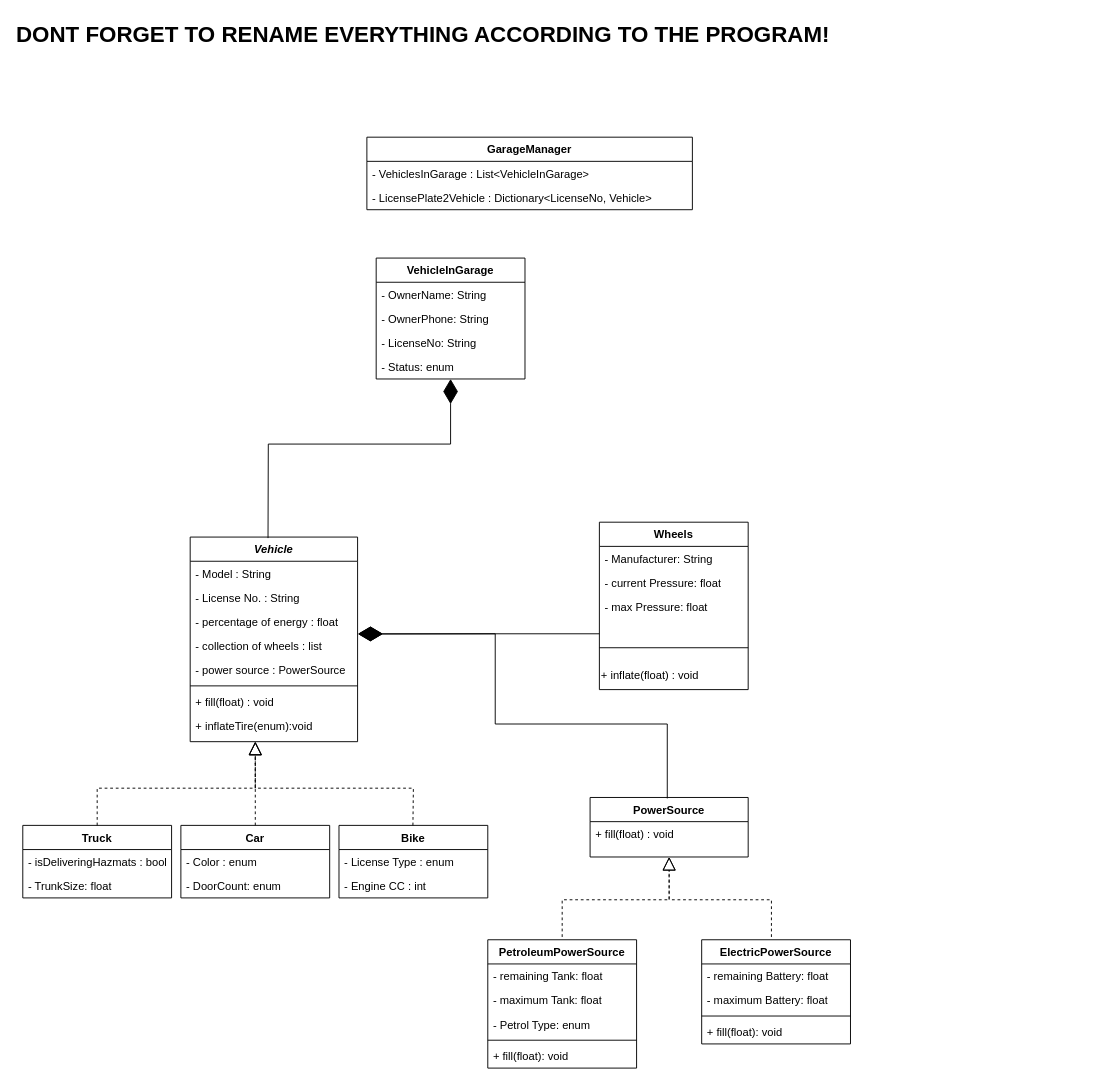
Earlier version of the draw.io diagram Untitled Diagram.drawio (gaviezri/Garage). Source tidied: cells renumbered, new cells numbered last; positions are measured from the earlier drawing's top-left corner, leaving out a move shared by most shapes. Both pictures are drawn from the tidied source at 93%, with x=0, y=0 at pixel (22, 16).
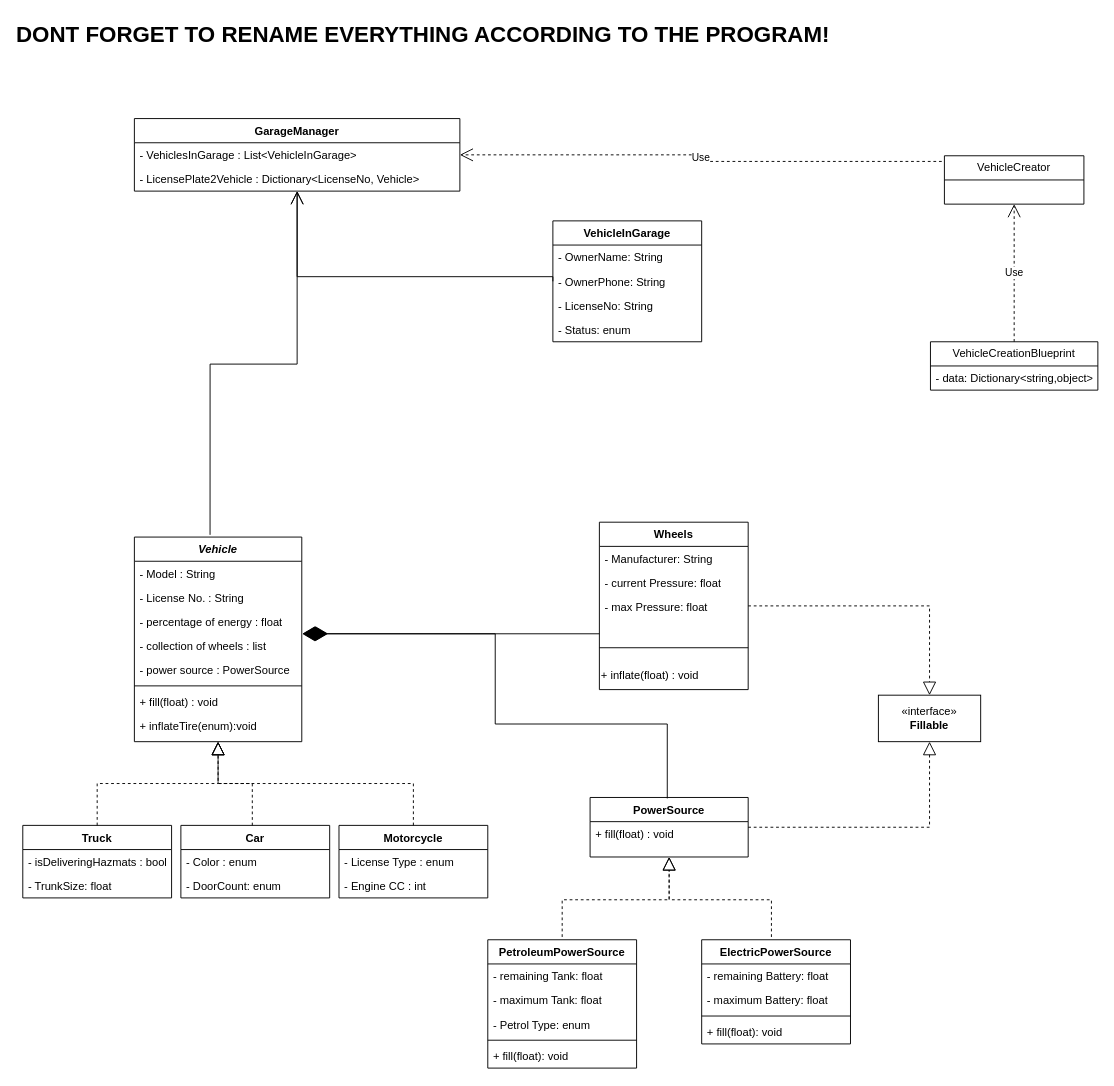
The same diagram, later.

Unchanged cells that the change refers to:
```xml
<mxCell id="6" value="- collection of wheels : list" style="text;align=left;verticalAlign=top;spacingLeft=4;spacingRight=4;overflow=hidden;points=[[0,0.5],[1,0.5]];portConstraint=eastwest;rounded=0;shadow=0;html=0;" parent="2" vertex="1">
  <mxGeometry y="104" width="180" height="26" as="geometry" />
</mxCell>
<mxCell id="11" value="Wheels" style="swimlane;fontStyle=1;align=center;verticalAlign=top;horizontal=1;startSize=26;whiteSpace=wrap;html=1;" parent="1" vertex="1">
  <mxGeometry x="620" y="544" width="160" height="180" as="geometry" />
</mxCell>
<mxCell id="22" value="PowerSource" style="swimlane;fontStyle=1;align=center;verticalAlign=top;horizontal=1;startSize=26;whiteSpace=wrap;html=1;" parent="1" vertex="1">
  <mxGeometry x="610" y="840" width="170" height="64" as="geometry" />
</mxCell>
<mxCell id="35" value="Truck" style="swimlane;fontStyle=1;align=center;verticalAlign=top;horizontal=1;startSize=26;whiteSpace=wrap;html=1;" parent="1" vertex="1">
  <mxGeometry y="870" width="160" height="78" as="geometry" />
</mxCell>
<mxCell id="38" value="Car" style="swimlane;fontStyle=1;align=center;verticalAlign=top;horizontal=1;startSize=26;whiteSpace=wrap;html=1;" parent="1" vertex="1">
  <mxGeometry x="170" y="870" width="160" height="78" as="geometry" />
</mxCell>
<mxCell id="49" value="- OwnerPhone: String" style="text;strokeColor=none;fillColor=none;align=left;verticalAlign=top;spacingLeft=4;spacingRight=4;overflow=hidden;points=[[0,0.5],[1,0.5]];portConstraint=eastwest;whiteSpace=wrap;html=1;" parent="47" vertex="1">
  <mxGeometry y="52" width="160" height="26" as="geometry" />
</mxCell>
<mxCell id="54" value="- VehiclesInGarage : List&amp;lt;VehicleInGarage&amp;gt;" style="text;strokeColor=none;fillColor=none;align=left;verticalAlign=top;spacingLeft=4;spacingRight=4;overflow=hidden;points=[[0,0.5],[1,0.5]];portConstraint=eastwest;whiteSpace=wrap;html=1;" parent="53" vertex="1">
  <mxGeometry y="26" width="350" height="26" as="geometry" />
</mxCell>
```

The edit, as a diff of the source:
```diff
@@
     <mxCell id="2" value="Vehicle" style="swimlane;fontStyle=3;align=center;verticalAlign=top;horizontal=1;startSize=26;rounded=0;shadow=0;strokeWidth=1;" parent="1" vertex="1">
-      <mxGeometry x="180" y="560" width="180" height="220" as="geometry" />
+      <mxGeometry x="120" y="560" width="180" height="220" as="geometry" />
     </mxCell>
@@
-    <mxCell id="25" style="endArrow=diamondThin;endFill=1;endSize=24;html=1;rounded=0;entryX=1.013;entryY=-0.026;entryDx=0;entryDy=0;entryPerimeter=0;exitX=0.5;exitY=0;exitDx=0;exitDy=0;" parent="1" edge="1">
-      <mxGeometry relative="1" as="geometry">
-        <mxPoint x="693" y="841" as="sourcePoint" />
-        <mxPoint x="360.3" y="664.3" as="targetPoint" />
-        <Array as="points">
-          <mxPoint x="693" y="761" />
-          <mxPoint x="508" y="761" />
-          <mxPoint x="508" y="664" />
-        </Array>
-      </mxGeometry>
-    </mxCell>
@@
-    <mxCell id="41" value="Bike" style="swimlane;fontStyle=1;align=center;verticalAlign=top;horizontal=1;startSize=26;whiteSpace=wrap;html=1;" parent="1" vertex="1">
+    <mxCell id="41" value="Motorcycle" style="swimlane;fontStyle=1;align=center;verticalAlign=top;horizontal=1;startSize=26;whiteSpace=wrap;html=1;" parent="1" vertex="1">
       <mxGeometry x="340" y="870" width="160" height="78" as="geometry" />
     </mxCell>
@@
-    <mxCell id="44" style="endArrow=block;dashed=1;endFill=0;endSize=12;html=1;rounded=0;" parent="1" edge="1" source="38">
-      <mxGeometry relative="1" as="geometry">
-        <mxPoint x="250" y="780" as="targetPoint" />
-      </mxGeometry>
+    <mxCell id="44" style="endArrow=block;dashed=1;endFill=0;endSize=12;html=1;rounded=0;exitX=0.48;exitY=0.001;exitDx=0;exitDy=0;exitPerimeter=0;entryX=0.5;entryY=1;entryDx=0;entryDy=0;edgeStyle=elbowEdgeStyle;elbow=vertical;" parent="1" edge="1" source="38" target="2">
+      <mxGeometry relative="1" as="geometry" />
     </mxCell>
-    <mxCell id="45" style="endArrow=block;dashed=1;endFill=0;endSize=12;html=1;rounded=0;" parent="1" edge="1">
-      <mxGeometry relative="1" as="geometry">
-        <mxPoint x="419.5" y="870" as="sourcePoint" />
-        <mxPoint x="250" y="780" as="targetPoint" />
-        <Array as="points">
-          <mxPoint x="420" y="830" />
-          <mxPoint x="250" y="830" />
-        </Array>
-      </mxGeometry>
-    </mxCell>
-    <mxCell id="46" style="endArrow=block;dashed=1;endFill=0;endSize=12;html=1;rounded=0;exitX=0.5;exitY=0;exitDx=0;exitDy=0;" parent="1" edge="1" source="35">
-      <mxGeometry relative="1" as="geometry">
-        <mxPoint x="250" y="780" as="targetPoint" />
-        <Array as="points">
-          <mxPoint x="80" y="830" />
-          <mxPoint x="250" y="830" />
-        </Array>
-      </mxGeometry>
-    </mxCell>
     <mxCell id="47" value="VehicleInGarage" style="swimlane;fontStyle=1;align=center;verticalAlign=top;horizontal=1;startSize=26;whiteSpace=wrap;html=1;" parent="1" vertex="1">
-      <mxGeometry x="380" y="260" width="160" height="130" as="geometry" />
+      <mxGeometry x="570" y="220" width="160" height="130" as="geometry" />
     </mxCell>
@@
-    <mxCell id="52" style="endArrow=diamondThin;endFill=1;endSize=24;html=1;rounded=0;exitX=0.465;exitY=0.005;exitDx=0;exitDy=0;exitPerimeter=0;" parent="47" edge="1" source="2">
-      <mxGeometry relative="1" as="geometry">
-        <mxPoint x="80" y="130" as="targetPoint" />
-        <Array as="points">
-          <mxPoint x="-116" y="200" />
-          <mxPoint x="80" y="200" />
-        </Array>
-      </mxGeometry>
-    </mxCell>
     <mxCell id="53" value="GarageManager" style="swimlane;fontStyle=1;align=center;verticalAlign=top;horizontal=1;startSize=26;whiteSpace=wrap;html=1;" parent="1" vertex="1">
-      <mxGeometry x="370" y="130" width="350" height="78" as="geometry" />
+      <mxGeometry x="120" y="110" width="350" height="78" as="geometry" />
     </mxCell>
@@
+    <mxCell id="56" style="endArrow=diamondThin;endFill=1;endSize=24;html=1;rounded=0;exitX=0.5;exitY=0;exitDx=0;exitDy=0;entryX=1.008;entryY=-0.003;entryDx=0;entryDy=0;entryPerimeter=0;" parent="1" edge="1" target="6">
+      <mxGeometry relative="1" as="geometry">
+        <mxPoint x="693" y="841" as="sourcePoint" />
+        <Array as="points">
+          <mxPoint x="693" y="761" />
+          <mxPoint x="508" y="761" />
+          <mxPoint x="508" y="664" />
+        </Array>
+      </mxGeometry>
+    </mxCell>
+    <mxCell id="57" style="endArrow=block;dashed=1;endFill=0;endSize=12;html=1;rounded=0;exitX=0.5;exitY=0;exitDx=0;exitDy=0;entryX=0.5;entryY=1;entryDx=0;entryDy=0;edgeStyle=elbowEdgeStyle;elbow=vertical;" parent="1" edge="1" source="41" target="2">
+      <mxGeometry relative="1" as="geometry" />
+    </mxCell>
+    <mxCell id="58" style="endArrow=block;dashed=1;endFill=0;endSize=12;html=1;rounded=0;exitX=0.5;exitY=0;exitDx=0;exitDy=0;entryX=0.5;entryY=1;entryDx=0;entryDy=0;edgeStyle=elbowEdgeStyle;elbow=vertical;" parent="1" edge="1" source="35" target="2">
+      <mxGeometry relative="1" as="geometry" />
+    </mxCell>
+    <mxCell id="59" style="endArrow=open;endFill=1;endSize=12;html=1;rounded=0;exitX=0.452;exitY=-0.011;exitDx=0;exitDy=0;exitPerimeter=0;entryX=0.5;entryY=1;entryDx=0;entryDy=0;edgeStyle=orthogonalEdgeStyle;" parent="1" edge="1" source="2" target="53">
+      <mxGeometry relative="1" as="geometry" />
+    </mxCell>
+    <mxCell id="60" style="endArrow=open;endFill=1;endSize=12;html=1;rounded=0;exitX=0;exitY=0.5;exitDx=0;exitDy=0;entryX=0.5;entryY=1;entryDx=0;entryDy=0;edgeStyle=elbowEdgeStyle;elbow=vertical;" parent="1" edge="1" source="49" target="53">
+      <mxGeometry relative="1" as="geometry">
+        <Array as="points">
+          <mxPoint x="460" y="280" />
+        </Array>
+      </mxGeometry>
+    </mxCell>
+    <mxCell id="61" value="«interface»&lt;br&gt;&lt;b&gt;Fillable&lt;/b&gt;" style="html=1;whiteSpace=wrap;" parent="1" vertex="1">
+      <mxGeometry x="920" y="730" width="110" height="50" as="geometry" />
+    </mxCell>
+    <mxCell id="62" style="endArrow=block;dashed=1;endFill=0;endSize=12;html=1;rounded=0;exitX=1;exitY=0.5;exitDx=0;exitDy=0;entryX=0.5;entryY=0;entryDx=0;entryDy=0;edgeStyle=elbowEdgeStyle;elbow=vertical;" parent="1" edge="1" source="11" target="61">
+      <mxGeometry relative="1" as="geometry">
+        <Array as="points">
+          <mxPoint x="890" y="634" />
+        </Array>
+      </mxGeometry>
+    </mxCell>
+    <mxCell id="63" style="endArrow=block;dashed=1;endFill=0;endSize=12;html=1;rounded=0;exitX=1;exitY=0.5;exitDx=0;exitDy=0;entryX=0.5;entryY=1;entryDx=0;entryDy=0;edgeStyle=elbowEdgeStyle;elbow=vertical;" parent="1" edge="1" source="22" target="61">
+      <mxGeometry relative="1" as="geometry">
+        <Array as="points">
+          <mxPoint x="870" y="872" />
+        </Array>
+      </mxGeometry>
+    </mxCell>
+    <mxCell id="64" value="Use" style="endArrow=open;endSize=12;dashed=1;html=1;rounded=0;entryX=1;entryY=0.5;entryDx=0;entryDy=0;exitX=-0.019;exitY=0.117;exitDx=0;exitDy=0;exitPerimeter=0;edgeStyle=elbowEdgeStyle;" parent="1" edge="1" source="65" target="54">
+      <mxGeometry relative="1" as="geometry" />
+    </mxCell>
+    <mxCell id="65" value="VehicleCreator" style="swimlane;fontStyle=0;horizontal=1;startSize=26;fillColor=none;whiteSpace=wrap;html=1;" parent="1" vertex="1">
+      <mxGeometry x="991" y="150" width="150" height="52" as="geometry" />
+    </mxCell>
+    <mxCell id="66" value="VehicleCreationBlueprint" style="swimlane;fontStyle=0;horizontal=1;startSize=26;fillColor=none;whiteSpace=wrap;html=1;" parent="1" vertex="1">
+      <mxGeometry x="976" y="350" width="180" height="52" as="geometry" />
+    </mxCell>
+    <mxCell id="67" value="- data: Dictionary&amp;lt;string,object&amp;gt;" style="text;strokeColor=none;fillColor=none;align=left;verticalAlign=top;spacingLeft=4;spacingRight=4;overflow=hidden;whiteSpace=wrap;html=1;" parent="66" vertex="1">
+      <mxGeometry y="26" width="180" height="26" as="geometry" />
+    </mxCell>
+    <mxCell id="68" value="Use" style="endArrow=open;endSize=12;dashed=1;html=1;rounded=0;entryX=0.5;entryY=1;entryDx=0;entryDy=0;exitX=0.5;exitY=0;exitDx=0;exitDy=0;" parent="1" edge="1" source="66" target="65">
+      <mxGeometry relative="1" as="geometry" />
+    </mxCell>
```
